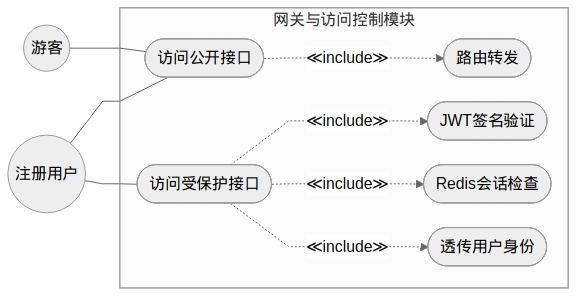
The Mermaid diagram docs/diagrams/fig3-8-gateway-usecase.png in Wkjlovec/graduation_project_zhuang, before a commit. Its source is kept beside it as docs/diagrams/fig3-8-gateway-usecase.mmd. Its diagram source:
```mermaid
%%{init: {'theme': 'neutral', 'flowchart': {'curve': 'linear', 'rankSpacing': 35, 'nodeSpacing': 25}}}%%
graph LR
    Guest((游客))
    User((注册用户))

    subgraph 网关与访问控制模块
        direction TB
        UC1([访问公开接口])
        UC2([访问受保护接口])
        UC3([路由转发])
        UC4([JWT签名验证])
        UC5([Redis会话检查])
        UC6([透传用户身份])
    end

    Guest --- UC1
    User --- UC1
    User --- UC2
    UC1 -..->|"≪include≫"| UC3
    UC2 -..->|"≪include≫"| UC4
    UC2 -..->|"≪include≫"| UC5
    UC2 -..->|"≪include≫"| UC6
```
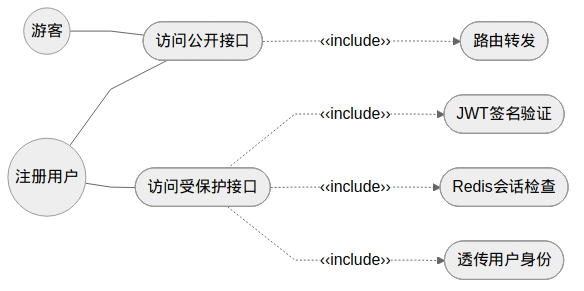
Above is the later version.

Change to the diagram source:
```diff
@@ -1,22 +1,9 @@
-%%{init: {'theme': 'neutral', 'flowchart': {'curve': 'linear', 'rankSpacing': 35, 'nodeSpacing': 25}}}%%
+%%{init: {'theme': 'neutral', 'flowchart': {'curve': 'linear', 'rankSpacing': 50, 'nodeSpacing': 35}}}%%
 graph LR
-    Guest((游客))
-    User((注册用户))
-
-    subgraph 网关与访问控制模块
-        direction TB
-        UC1([访问公开接口])
-        UC2([访问受保护接口])
-        UC3([路由转发])
-        UC4([JWT签名验证])
-        UC5([Redis会话检查])
-        UC6([透传用户身份])
-    end
-
-    Guest --- UC1
-    User --- UC1
-    User --- UC2
-    UC1 -..->|"≪include≫"| UC3
-    UC2 -..->|"≪include≫"| UC4
-    UC2 -..->|"≪include≫"| UC5
-    UC2 -..->|"≪include≫"| UC6
+    Guest((游客)) --- UC1([访问公开接口])
+    User((注册用户)) --- UC1
+    User --- UC2([访问受保护接口])
+    UC1 -..->|"‹‹include››"| UC3([路由转发])
+    UC2 -..->|"‹‹include››"| UC4([JWT签名验证])
+    UC2 -..->|"‹‹include››"| UC5([Redis会话检查])
+    UC2 -..->|"‹‹include››"| UC6([透传用户身份])
```
